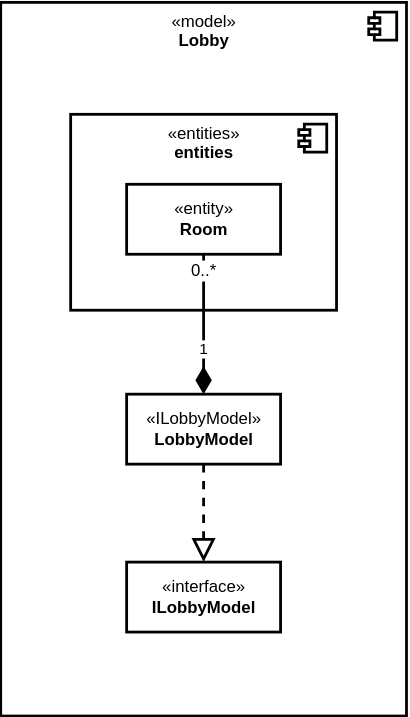
Above: docs/application/diagrams/LobbyModelClassDiagram.drawio.svg in HaniAlshikh/tron (draw.io), before the change. Source tidied: cells renumbered, new cells last; positions are measured from the earlier drawing's top-left corner, leaving out a move shared by most shapes. Its diagram source:
```xml
<mxGraphModel background="#ffffff">
  <root>
    <mxCell id="0" />
    <mxCell id="1" parent="0" />
    <mxCell id="2" value="«model»&lt;b&gt;&lt;br&gt;Lobby&lt;/b&gt;" style="html=1;strokeWidth=2;align=center;verticalAlign=top;" parent="1" vertex="1">
      <mxGeometry width="290" height="510" as="geometry" />
    </mxCell>
    <mxCell id="3" style="shape=module;jettyWidth=8;jettyHeight=4;strokeWidth=2;align=center;verticalAlign=middle;" parent="2" vertex="1">
      <mxGeometry x="1" width="20" height="20" relative="1" as="geometry">
        <mxPoint x="-27" y="7" as="offset" />
      </mxGeometry>
    </mxCell>
    <mxCell id="4" value="«entities»&lt;br&gt;&lt;b&gt;entities&lt;br&gt;&lt;/b&gt;" style="html=1;strokeWidth=2;align=center;verticalAlign=top;" parent="1" vertex="1">
      <mxGeometry x="50" y="80" width="190" height="140" as="geometry" />
    </mxCell>
    <mxCell id="5" style="shape=module;jettyWidth=8;jettyHeight=4;strokeWidth=2;align=center;verticalAlign=middle;" parent="4" vertex="1">
      <mxGeometry x="1" width="20" height="20" relative="1" as="geometry">
        <mxPoint x="-27" y="7" as="offset" />
      </mxGeometry>
    </mxCell>
    <mxCell id="6" value="«entity»&lt;br&gt;&lt;b&gt;Room&lt;/b&gt;" style="html=1;strokeWidth=2;" parent="1" vertex="1">
      <mxGeometry x="90" y="130" width="110" height="50" as="geometry" />
    </mxCell>
    <mxCell id="7" value="«interface»&lt;br&gt;&lt;b&gt;ILobbyModel&lt;/b&gt;" style="html=1;strokeWidth=2;" parent="1" vertex="1">
      <mxGeometry x="90" y="400" width="110" height="50" as="geometry" />
    </mxCell>
    <mxCell id="8" value="«ILobbyModel»&lt;br&gt;&lt;b&gt;LobbyModel&lt;/b&gt;" style="html=1;strokeWidth=2;" parent="1" vertex="1">
      <mxGeometry x="90" y="280" width="110" height="50" as="geometry" />
    </mxCell>
    <mxCell id="9" style="endArrow=block;dashed=1;endFill=0;endSize=12;html=1;fontSize=12;strokeWidth=2;" parent="1" edge="1" source="8" target="7">
      <mxGeometry relative="1" as="geometry" />
    </mxCell>
    <mxCell id="10" style="endArrow=diamondThin;endFill=1;endSize=14;html=1;fontSize=12;strokeWidth=2;edgeStyle=orthogonalEdgeStyle;rounded=0;exitX=0.5;exitY=1;exitDx=0;exitDy=0;" parent="1" edge="1" source="6" target="8">
      <mxGeometry relative="1" as="geometry" />
    </mxCell>
    <mxCell id="11" value="0..*" style="edgeLabel;html=1;align=center;verticalAlign=middle;fontSize=12;" parent="10" vertex="1">
      <mxGeometry x="-0.87" y="1" relative="1" as="geometry">
        <mxPoint x="-2" y="4" as="offset" />
      </mxGeometry>
    </mxCell>
    <mxCell id="12" value="1" style="edgeLabel;html=1;align=center;verticalAlign=middle;" parent="10" vertex="1">
      <mxGeometry x="0.36" y="1" relative="1" as="geometry">
        <mxPoint x="-2" y="-1" as="offset" />
      </mxGeometry>
    </mxCell>
    <mxCell id="13" style="endArrow=diamondThin;endFill=1;endSize=14;html=1;fontSize=12;strokeWidth=2;edgeStyle=orthogonalEdgeStyle;rounded=0;" parent="1" edge="1" target="x">
      <mxGeometry relative="1" as="geometry">
        <mxPoint x="300" y="55" as="sourcePoint" />
      </mxGeometry>
    </mxCell>
    <mxCell id="14" value="1" style="edgeLabel;html=1;align=center;verticalAlign=middle;fontSize=12;" parent="13" vertex="1">
      <mxGeometry x="-0.87" y="1" relative="1" as="geometry">
        <mxPoint x="-4" y="-2" as="offset" />
      </mxGeometry>
    </mxCell>
    <mxCell id="15" value="1" style="edgeLabel;html=1;align=center;verticalAlign=middle;fontSize=12;" parent="13" vertex="1">
      <mxGeometry x="0.46" relative="1" as="geometry">
        <mxPoint x="2" as="offset" />
      </mxGeometry>
    </mxCell>
    <mxCell id="16" style="endArrow=diamondThin;endFill=1;endSize=14;html=1;fontSize=12;strokeWidth=2;edgeStyle=orthogonalEdgeStyle;rounded=0;" parent="1" edge="1" source="x">
      <mxGeometry relative="1" as="geometry">
        <mxPoint x="90" y="55" as="targetPoint" />
      </mxGeometry>
    </mxCell>
    <mxCell id="17" value="1" style="edgeLabel;html=1;align=center;verticalAlign=middle;fontSize=12;" parent="16" vertex="1">
      <mxGeometry x="-0.87" y="1" relative="1" as="geometry">
        <mxPoint x="2" as="offset" />
      </mxGeometry>
    </mxCell>
    <mxCell id="18" value="1" style="edgeLabel;html=1;align=center;verticalAlign=middle;fontSize=12;" parent="16" vertex="1">
      <mxGeometry x="0.48" relative="1" as="geometry">
        <mxPoint x="-2" as="offset" />
      </mxGeometry>
    </mxCell>
  </root>
</mxGraphModel>
```
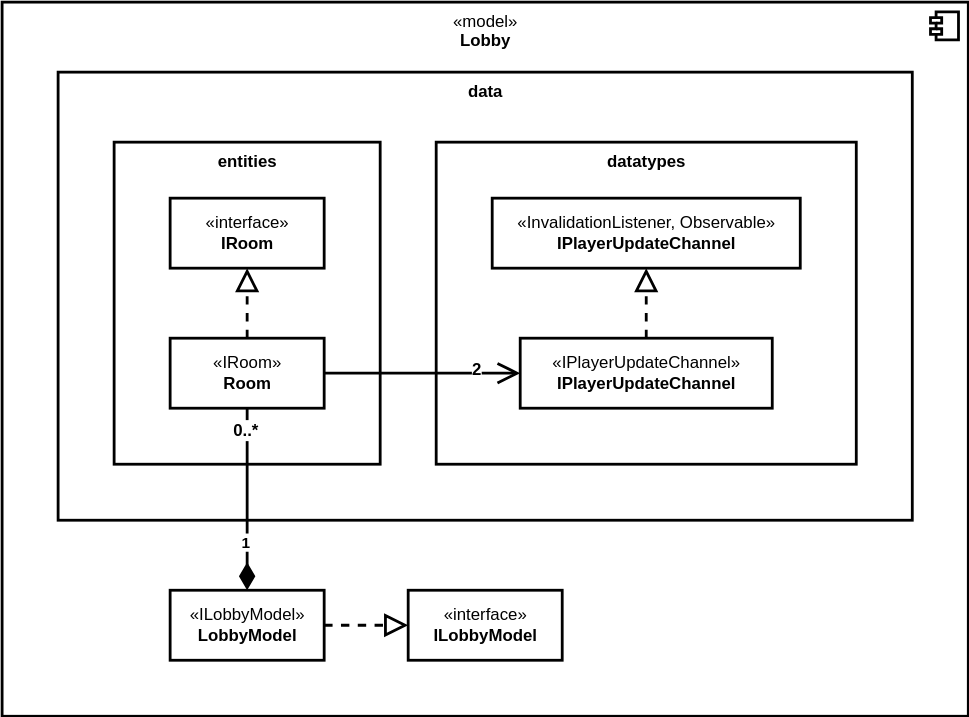
Above is the later version.

Diff of the diagram source:
```diff
@@ -3,29 +3,30 @@
     <mxCell id="0" />
     <mxCell id="1" parent="0" />
     <mxCell id="2" value="«model»&lt;b&gt;&lt;br&gt;Lobby&lt;/b&gt;" style="html=1;strokeWidth=2;align=center;verticalAlign=top;" parent="1" vertex="1">
-      <mxGeometry width="290" height="510" as="geometry" />
+      <mxGeometry x="-30" y="-20" width="690" height="510" as="geometry" />
     </mxCell>
     <mxCell id="3" style="shape=module;jettyWidth=8;jettyHeight=4;strokeWidth=2;align=center;verticalAlign=middle;" parent="2" vertex="1">
       <mxGeometry x="1" width="20" height="20" relative="1" as="geometry">
         <mxPoint x="-27" y="7" as="offset" />
       </mxGeometry>
     </mxCell>
+    <mxCell id="19" value="&lt;b&gt;data&lt;br&gt;&lt;/b&gt;" style="html=1;strokeWidth=2;align=center;verticalAlign=top;" parent="1" vertex="1">
+      <mxGeometry x="10" y="30" width="610" height="320" as="geometry" />
+    </mxCell>
-    <mxCell id="4" value="«entities»&lt;br&gt;&lt;b&gt;entities&lt;br&gt;&lt;/b&gt;" style="html=1;strokeWidth=2;align=center;verticalAlign=top;" parent="1" vertex="1">
-      <mxGeometry x="50" y="80" width="190" height="140" as="geometry" />
+    <mxCell id="4" value="&lt;b&gt;entities&lt;br&gt;&lt;/b&gt;" style="html=1;strokeWidth=2;align=center;verticalAlign=top;" parent="1" vertex="1">
+      <mxGeometry x="50" y="80" width="190" height="230" as="geometry" />
     </mxCell>
-    <mxCell id="5" style="shape=module;jettyWidth=8;jettyHeight=4;strokeWidth=2;align=center;verticalAlign=middle;" parent="4" vertex="1">
-      <mxGeometry x="1" width="20" height="20" relative="1" as="geometry">
-        <mxPoint x="-27" y="7" as="offset" />
-      </mxGeometry>
-    </mxCell>
+    <mxCell id="20" style="edgeStyle=none;shape=connector;rounded=1;html=1;dashed=1;labelBackgroundColor=default;fontFamily=Helvetica;fontSize=12;fontColor=default;endArrow=block;endFill=0;endSize=12;strokeColor=default;strokeWidth=2;" parent="1" edge="1" source="6" target="21">
+      <mxGeometry relative="1" as="geometry" />
+    </mxCell>
-    <mxCell id="6" value="«entity»&lt;br&gt;&lt;b&gt;Room&lt;/b&gt;" style="html=1;strokeWidth=2;" parent="1" vertex="1">
-      <mxGeometry x="90" y="130" width="110" height="50" as="geometry" />
+    <mxCell id="6" value="«IRoom»&lt;br&gt;&lt;b&gt;Room&lt;/b&gt;" style="html=1;strokeWidth=2;" parent="1" vertex="1">
+      <mxGeometry x="90" y="220" width="110" height="50" as="geometry" />
     </mxCell>
     <mxCell id="7" value="«interface»&lt;br&gt;&lt;b&gt;ILobbyModel&lt;/b&gt;" style="html=1;strokeWidth=2;" parent="1" vertex="1">
-      <mxGeometry x="90" y="400" width="110" height="50" as="geometry" />
+      <mxGeometry x="260" y="400" width="110" height="50" as="geometry" />
     </mxCell>
     <mxCell id="8" value="«ILobbyModel»&lt;br&gt;&lt;b&gt;LobbyModel&lt;/b&gt;" style="html=1;strokeWidth=2;" parent="1" vertex="1">
-      <mxGeometry x="90" y="280" width="110" height="50" as="geometry" />
+      <mxGeometry x="90" y="400" width="110" height="50" as="geometry" />
     </mxCell>
     <mxCell id="9" style="endArrow=block;dashed=1;endFill=0;endSize=12;html=1;fontSize=12;strokeWidth=2;" parent="1" edge="1" source="8" target="7">
       <mxGeometry relative="1" as="geometry" />
@@ -33,45 +34,38 @@
     <mxCell id="10" style="endArrow=diamondThin;endFill=1;endSize=14;html=1;fontSize=12;strokeWidth=2;edgeStyle=orthogonalEdgeStyle;rounded=0;exitX=0.5;exitY=1;exitDx=0;exitDy=0;" parent="1" edge="1" source="6" target="8">
       <mxGeometry relative="1" as="geometry" />
     </mxCell>
-    <mxCell id="11" value="0..*" style="edgeLabel;html=1;align=center;verticalAlign=middle;fontSize=12;" parent="10" vertex="1">
+    <mxCell id="11" value="0..*" style="edgeLabel;html=1;align=center;verticalAlign=middle;fontSize=12;fontStyle=1;" parent="10" vertex="1">
       <mxGeometry x="-0.87" y="1" relative="1" as="geometry">
-        <mxPoint x="-2" y="4" as="offset" />
+        <mxPoint x="-2" y="7" as="offset" />
       </mxGeometry>
     </mxCell>
-    <mxCell id="12" value="1" style="edgeLabel;html=1;align=center;verticalAlign=middle;" parent="10" vertex="1">
+    <mxCell id="12" value="1" style="edgeLabel;html=1;align=center;verticalAlign=middle;fontStyle=1;" parent="10" vertex="1">
       <mxGeometry x="0.36" y="1" relative="1" as="geometry">
-        <mxPoint x="-2" y="-1" as="offset" />
+        <mxPoint x="-2" y="7" as="offset" />
       </mxGeometry>
     </mxCell>
-    <mxCell id="13" style="endArrow=diamondThin;endFill=1;endSize=14;html=1;fontSize=12;strokeWidth=2;edgeStyle=orthogonalEdgeStyle;rounded=0;" parent="1" edge="1" target="x">
-      <mxGeometry relative="1" as="geometry">
-        <mxPoint x="300" y="55" as="sourcePoint" />
-      </mxGeometry>
-    </mxCell>
-    <mxCell id="14" value="1" style="edgeLabel;html=1;align=center;verticalAlign=middle;fontSize=12;" parent="13" vertex="1">
-      <mxGeometry x="-0.87" y="1" relative="1" as="geometry">
-        <mxPoint x="-4" y="-2" as="offset" />
-      </mxGeometry>
-    </mxCell>
-    <mxCell id="15" value="1" style="edgeLabel;html=1;align=center;verticalAlign=middle;fontSize=12;" parent="13" vertex="1">
-      <mxGeometry x="0.46" relative="1" as="geometry">
-        <mxPoint x="2" as="offset" />
-      </mxGeometry>
-    </mxCell>
-    <mxCell id="16" style="endArrow=diamondThin;endFill=1;endSize=14;html=1;fontSize=12;strokeWidth=2;edgeStyle=orthogonalEdgeStyle;rounded=0;" parent="1" edge="1" source="x">
-      <mxGeometry relative="1" as="geometry">
-        <mxPoint x="90" y="55" as="targetPoint" />
-      </mxGeometry>
-    </mxCell>
-    <mxCell id="17" value="1" style="edgeLabel;html=1;align=center;verticalAlign=middle;fontSize=12;" parent="16" vertex="1">
-      <mxGeometry x="-0.87" y="1" relative="1" as="geometry">
-        <mxPoint x="2" as="offset" />
-      </mxGeometry>
-    </mxCell>
-    <mxCell id="18" value="1" style="edgeLabel;html=1;align=center;verticalAlign=middle;fontSize=12;" parent="16" vertex="1">
-      <mxGeometry x="0.48" relative="1" as="geometry">
-        <mxPoint x="-2" as="offset" />
-      </mxGeometry>
-    </mxCell>
+    <mxCell id="21" value="«interface»&lt;br&gt;&lt;b&gt;IRoom&lt;/b&gt;" style="html=1;strokeWidth=2;" parent="1" vertex="1">
+      <mxGeometry x="90" y="120" width="110" height="50" as="geometry" />
+    </mxCell>
+    <mxCell id="22" value="&lt;b&gt;datatypes&lt;br&gt;&lt;/b&gt;" style="html=1;strokeWidth=2;align=center;verticalAlign=top;" parent="1" vertex="1">
+      <mxGeometry x="280" y="80" width="300" height="230" as="geometry" />
+    </mxCell>
+    <mxCell id="23" value="«InvalidationListener, Observable»&lt;br&gt;&lt;b&gt;IPlayerUpdateChannel&lt;/b&gt;" style="html=1;strokeWidth=2;" parent="1" vertex="1">
+      <mxGeometry x="320" y="120" width="220" height="50" as="geometry" />
+    </mxCell>
+    <mxCell id="24" style="edgeStyle=none;shape=connector;rounded=1;html=1;dashed=1;labelBackgroundColor=default;fontFamily=Helvetica;fontSize=12;fontColor=default;endArrow=block;endFill=0;endSize=12;strokeColor=default;strokeWidth=2;" parent="1" edge="1" source="25" target="23">
+      <mxGeometry relative="1" as="geometry" />
+    </mxCell>
+    <mxCell id="25" value="«IPlayerUpdateChannel»&lt;br&gt;&lt;b&gt;IPlayerUpdateChannel&lt;/b&gt;" style="html=1;strokeWidth=2;" parent="1" vertex="1">
+      <mxGeometry x="340" y="220" width="180" height="50" as="geometry" />
+    </mxCell>
+    <mxCell id="26" style="edgeStyle=none;shape=connector;rounded=1;html=1;labelBackgroundColor=default;fontFamily=Helvetica;fontSize=12;fontColor=default;endArrow=open;endFill=0;endSize=12;strokeColor=default;strokeWidth=2;" parent="1" edge="1" source="6" target="25">
+      <mxGeometry relative="1" as="geometry" />
+    </mxCell>
+    <mxCell id="27" value="&lt;b&gt;2&lt;/b&gt;" style="edgeLabel;html=1;align=center;verticalAlign=middle;fontSize=12;fontFamily=Helvetica;fontColor=default;" parent="26" vertex="1">
+      <mxGeometry x="0.57" y="-1" relative="1" as="geometry">
+        <mxPoint x="-1" y="-3" as="offset" />
+      </mxGeometry>
+    </mxCell>
   </root>
 </mxGraphModel>
```
